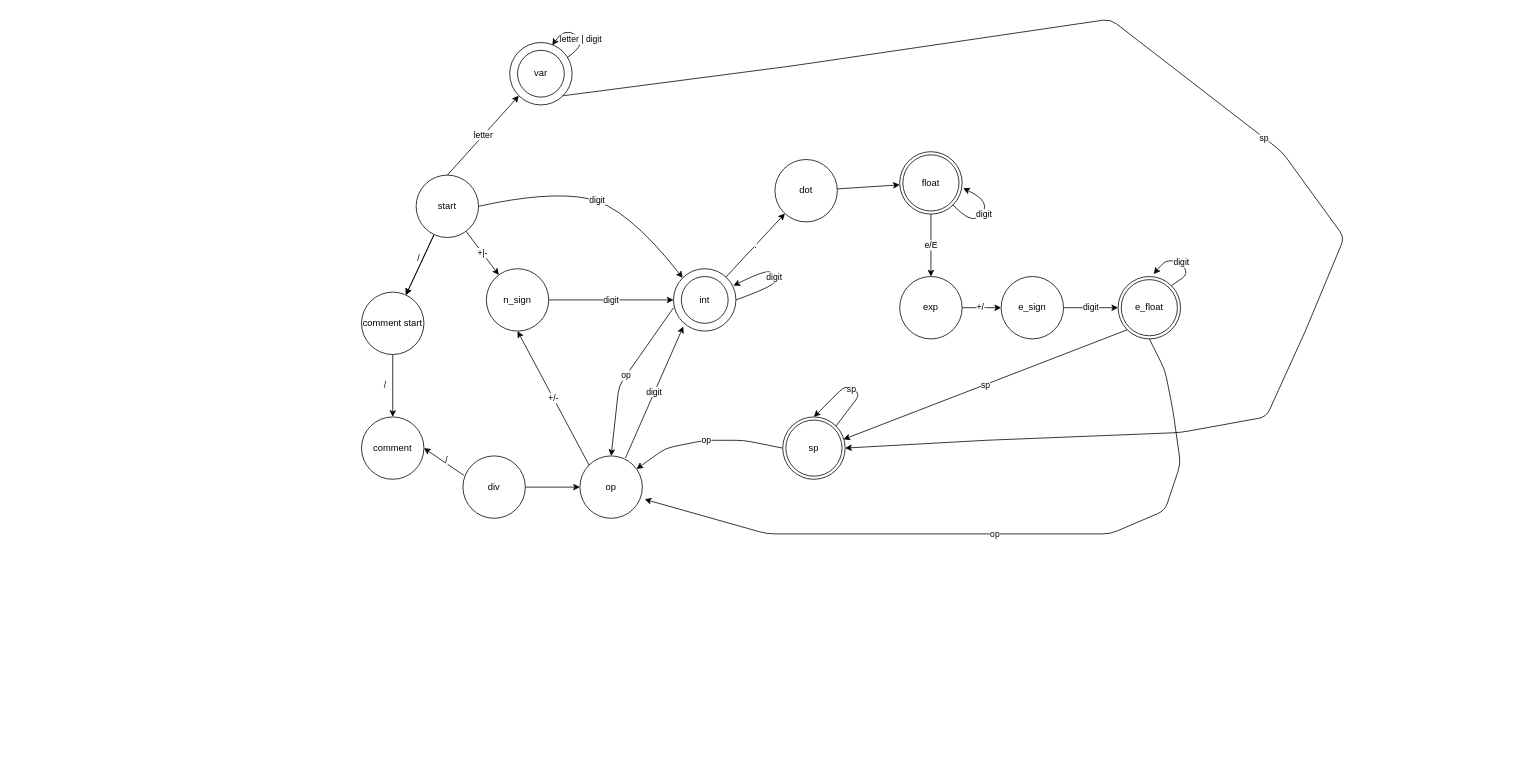
Above: actividad_dfa/ejercicio.drawio in Chava27/TC2037_Implementacion_Metodos_Computacionales (draw.io), before the change. Source tidied: cells renumbered, new cells numbered last; positions are measured from the earlier drawing's top-left corner, leaving out a move shared by most shapes. Both pictures are drawn from the tidied source at 78%, with x=0, y=0 at pixel (361, 19).
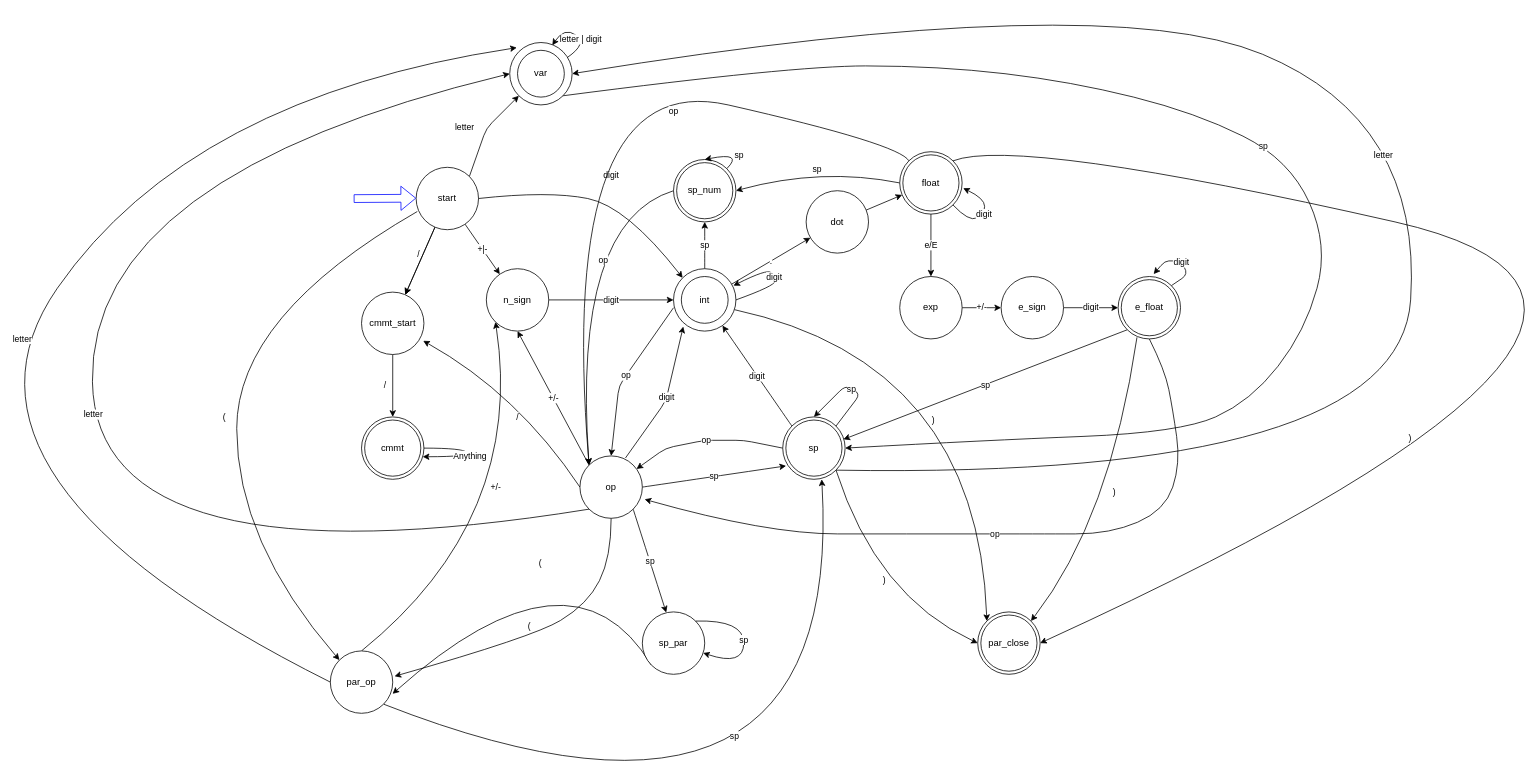
Above is the later version.

The change refers to these unchanged cells:
```xml
<mxCell id="8" style="ellipse;whiteSpace=wrap;html=1;" parent="1" vertex="1">
  <mxGeometry x="190" y="30" width="80" height="80" as="geometry" />
</mxCell>
<mxCell id="11" style="ellipse;whiteSpace=wrap;html=1;" parent="1" vertex="1">
  <mxGeometry x="400" y="320" width="80" height="80" as="geometry" />
</mxCell>
<mxCell id="26" value="op" style="ellipse;whiteSpace=wrap;html=1;" parent="1" vertex="1">
  <mxGeometry x="280" y="560" width="80" height="80" as="geometry" />
</mxCell>
<mxCell id="33" value="n_sign" style="ellipse;whiteSpace=wrap;html=1;" parent="1" vertex="1">
  <mxGeometry x="160" y="320" width="80" height="80" as="geometry" />
</mxCell>
<mxCell id="35" value="sp" style="ellipse;shape=doubleEllipse;whiteSpace=wrap;html=1;" parent="1" vertex="1">
  <mxGeometry x="540" y="510" width="80" height="80" as="geometry" />
</mxCell>
<mxCell id="38" value="float" style="ellipse;shape=doubleEllipse;whiteSpace=wrap;html=1;" parent="1" vertex="1">
  <mxGeometry x="690" y="170" width="80" height="80" as="geometry" />
</mxCell>
<mxCell id="45" value="e_float" style="ellipse;shape=doubleEllipse;whiteSpace=wrap;html=1;" parent="1" vertex="1">
  <mxGeometry x="970" y="330" width="80" height="80" as="geometry" />
</mxCell>
```

The edit, as a diff of the source:
```diff
@@
-    <mxCell id="3" value="letter" style="edgeStyle=none;html=1;exitX=0.5;exitY=0;exitDx=0;exitDy=0;entryX=0;entryY=1;entryDx=0;entryDy=0;" parent="1" edge="1" source="6" target="8">
-      <mxGeometry relative="1" as="geometry" />
+    <mxCell id="3" value="letter" style="edgeStyle=none;html=1;exitX=1;exitY=0;exitDx=0;exitDy=0;entryX=0;entryY=1;entryDx=0;entryDy=0;strokeColor=default;" parent="1" edge="1" source="6" target="8">
+      <mxGeometry x="-0.1" y="26" relative="1" as="geometry">
+        <Array as="points">
+          <mxPoint x="160" y="140" />
+        </Array>
+        <mxPoint y="-1" as="offset" />
+      </mxGeometry>
     </mxCell>
@@
     <mxCell id="6" value="start" style="ellipse;whiteSpace=wrap;html=1;" parent="1" vertex="1">
-      <mxGeometry x="70" y="200" width="80" height="80" as="geometry" />
+      <mxGeometry x="70" y="190" width="80" height="80" as="geometry" />
     </mxCell>
-    <mxCell id="7" value="sp" style="edgeStyle=none;html=1;exitX=1;exitY=1;exitDx=0;exitDy=0;entryX=1;entryY=0.5;entryDx=0;entryDy=0;" parent="1" edge="1" source="8" target="35">
+    <mxCell id="7" value="sp" style="edgeStyle=none;html=1;exitX=1;exitY=1;exitDx=0;exitDy=0;entryX=1;entryY=0.5;entryDx=0;entryDy=0;curved=1;" parent="1" edge="1" source="8" target="35">
       <mxGeometry relative="1" as="geometry">
         <Array as="points">
           <mxPoint x="552" y="60" />
-          <mxPoint x="960" />
-          <mxPoint x="1180" y="170" />
-          <mxPoint x="1260" y="280" />
+          <mxPoint x="740" y="60" />
+          <mxPoint x="910" y="80" />
+          <mxPoint x="1070" y="120" />
+          <mxPoint x="1190" y="180" />
+          <mxPoint x="1240" y="290" />
           <mxPoint x="1210" y="400" />
-          <mxPoint x="1160" y="510" />
+          <mxPoint x="1140" y="490" />
           <mxPoint x="1050" y="530" />
           <mxPoint x="800" y="540" />
         </Array>
       </mxGeometry>
     </mxCell>
@@
+    <mxCell id="47" style="edgeStyle=none;curved=1;html=1;exitX=0.976;exitY=0.656;exitDx=0;exitDy=0;entryX=0;entryY=0;entryDx=0;entryDy=0;exitPerimeter=0;" parent="1" edge="1" source="11" target="71">
+      <mxGeometry relative="1" as="geometry">
+        <Array as="points">
+          <mxPoint x="790" y="440" />
+        </Array>
+      </mxGeometry>
+    </mxCell>
+    <mxCell id="48" value=")" style="edgeLabel;html=1;align=center;verticalAlign=middle;" parent="47" vertex="1">
+      <mxGeometry x="0.19" y="-71" relative="1" as="geometry">
+        <mxPoint x="11" y="3" as="offset" />
+      </mxGeometry>
+    </mxCell>
+    <mxCell id="49" value="sp" style="edgeStyle=none;curved=1;html=1;exitX=0.5;exitY=0;exitDx=0;exitDy=0;entryX=0.5;entryY=1;entryDx=0;entryDy=0;strokeColor=default;" parent="1" edge="1" source="11" target="73">
+      <mxGeometry relative="1" as="geometry" />
+    </mxCell>
@@
-    <mxCell id="18" value="/" style="edgeStyle=none;html=1;" parent="1" edge="1" source="19" target="20">
+    <mxCell id="18" value="/" style="edgeStyle=none;html=1;entryX=0.5;entryY=0;entryDx=0;entryDy=0;" parent="1" edge="1" source="19" target="66">
       <mxGeometry y="-10" relative="1" as="geometry" />
     </mxCell>
+    <mxCell id="50" value="(" style="edgeStyle=none;html=1;exitX=0.019;exitY=0.708;exitDx=0;exitDy=0;entryX=0;entryY=0;entryDx=0;entryDy=0;curved=1;exitPerimeter=0;" parent="1" edge="1" source="6" target="65">
+      <mxGeometry x="0.05" y="-16" relative="1" as="geometry">
+        <Array as="points">
+          <mxPoint x="-160" y="380" />
+          <mxPoint x="-160" y="670" />
+        </Array>
+      </mxGeometry>
+    </mxCell>
-    <mxCell id="19" value="comment start" style="ellipse;whiteSpace=wrap;html=1;" parent="1" vertex="1">
+    <mxCell id="19" value="cmmt_start" style="ellipse;whiteSpace=wrap;html=1;" parent="1" vertex="1">
       <mxGeometry y="350" width="80" height="80" as="geometry" />
     </mxCell>
-    <mxCell id="20" value="comment" style="ellipse;whiteSpace=wrap;html=1;" parent="1" vertex="1">
-      <mxGeometry y="510" width="80" height="80" as="geometry" />
-    </mxCell>
-    <mxCell id="21" value="/" style="edgeStyle=none;html=1;exitX=0.017;exitY=0.313;exitDx=0;exitDy=0;entryX=1;entryY=0.5;entryDx=0;entryDy=0;exitPerimeter=0;" parent="1" edge="1" source="23" target="20">
-      <mxGeometry x="-0.05" y="-4" relative="1" as="geometry" />
-    </mxCell>
-    <mxCell id="22" style="edgeStyle=none;html=1;" parent="1" edge="1" source="23" target="26">
-      <mxGeometry relative="1" as="geometry" />
-    </mxCell>
-    <mxCell id="23" value="div" style="ellipse;whiteSpace=wrap;html=1;" parent="1" vertex="1">
-      <mxGeometry x="130" y="560" width="80" height="80" as="geometry" />
-    </mxCell>
     <mxCell id="24" value="digit" style="edgeStyle=none;html=1;exitX=0.73;exitY=0.033;exitDx=0;exitDy=0;exitPerimeter=0;entryX=0.156;entryY=0.927;entryDx=0;entryDy=0;entryPerimeter=0;" parent="1" edge="1" source="26" target="11">
-      <mxGeometry relative="1" as="geometry" />
+      <mxGeometry relative="1" as="geometry">
+        <Array as="points">
+          <mxPoint x="390" y="490" />
+        </Array>
+      </mxGeometry>
     </mxCell>
@@
+    <mxCell id="51" value="(" style="edgeStyle=none;html=1;exitX=0.5;exitY=1;exitDx=0;exitDy=0;entryX=1.029;entryY=0.406;entryDx=0;entryDy=0;curved=1;entryPerimeter=0;" parent="1" edge="1" source="26" target="65">
+      <mxGeometry x="0.02" y="-15" relative="1" as="geometry">
+        <Array as="points">
+          <mxPoint x="320" y="690" />
+          <mxPoint x="290" y="750" />
+          <mxPoint x="220" y="792" />
+        </Array>
+      </mxGeometry>
+    </mxCell>
+    <mxCell id="21" value="/" style="edgeStyle=none;curved=1;html=1;exitX=0;exitY=0.5;exitDx=0;exitDy=0;entryX=0.988;entryY=0.781;entryDx=0;entryDy=0;strokeColor=default;entryPerimeter=0;" parent="1" edge="1" source="26" target="19">
+      <mxGeometry x="-0.16" y="17" relative="1" as="geometry">
+        <Array as="points">
+          <mxPoint x="200" y="480" />
+        </Array>
+      </mxGeometry>
+    </mxCell>
+    <mxCell id="52" value="sp" style="edgeStyle=none;curved=1;html=1;exitX=1;exitY=0.5;exitDx=0;exitDy=0;entryX=0.054;entryY=0.785;entryDx=0;entryDy=0;entryPerimeter=0;" parent="1" edge="1" source="26" target="35">
+      <mxGeometry relative="1" as="geometry" />
+    </mxCell>
+    <mxCell id="53" value="letter" style="edgeStyle=none;html=1;exitX=0;exitY=1;exitDx=0;exitDy=0;entryX=0;entryY=0.5;entryDx=0;entryDy=0;curved=1;" parent="1" edge="1" source="26" target="8">
+      <mxGeometry relative="1" as="geometry">
+        <Array as="points">
+          <mxPoint x="-340" y="730" />
+          <mxPoint x="-350" y="200" />
+        </Array>
+      </mxGeometry>
+    </mxCell>
+    <mxCell id="54" value="sp" style="edgeStyle=none;curved=1;html=1;exitX=1;exitY=1;exitDx=0;exitDy=0;entryX=0.383;entryY=0.01;entryDx=0;entryDy=0;entryPerimeter=0;" parent="1" edge="1" source="26" target="69">
+      <mxGeometry relative="1" as="geometry" />
+    </mxCell>
@@
     <mxCell id="28" value="dot" style="ellipse;whiteSpace=wrap;html=1;" parent="1" vertex="1">
-      <mxGeometry x="530" y="180" width="80" height="80" as="geometry" />
+      <mxGeometry x="570" y="220" width="80" height="80" as="geometry" />
     </mxCell>
@@
     <mxCell id="31" value="digit" style="curved=1;endArrow=classic;html=1;exitX=1;exitY=0.5;exitDx=0;exitDy=0;entryX=0;entryY=0;entryDx=0;entryDy=0;" parent="1" edge="1" source="6" target="11">
-      <mxGeometry relative="1" as="geometry">
+      <mxGeometry x="0.07" y="35" relative="1" as="geometry">
         <Array as="points">
           <mxPoint x="240" y="220" />
           <mxPoint x="340" y="240" />
         </Array>
       </mxGeometry>
     </mxCell>
@@
+    <mxCell id="55" value="digit" style="edgeStyle=none;curved=1;html=1;exitX=0;exitY=0;exitDx=0;exitDy=0;" parent="1" edge="1" source="35" target="11">
+      <mxGeometry relative="1" as="geometry" />
+    </mxCell>
+    <mxCell id="56" value="letter" style="edgeStyle=none;html=1;exitX=1;exitY=1;exitDx=0;exitDy=0;entryX=1;entryY=0.5;entryDx=0;entryDy=0;curved=1;" parent="1" edge="1" source="35" target="8">
+      <mxGeometry x="-0.02" y="47" relative="1" as="geometry">
+        <Array as="points">
+          <mxPoint x="1330" y="590" />
+          <mxPoint x="1360" y="130" />
+          <mxPoint x="950" y="-40" />
+        </Array>
+      </mxGeometry>
+    </mxCell>
+    <mxCell id="57" value=")" style="edgeStyle=none;curved=1;html=1;exitX=1;exitY=1;exitDx=0;exitDy=0;entryX=0;entryY=0.5;entryDx=0;entryDy=0;strokeColor=default;" parent="1" edge="1" source="35" target="71">
+      <mxGeometry x="-0.02" y="16" relative="1" as="geometry">
+        <Array as="points">
+          <mxPoint x="660" y="740" />
+        </Array>
+      </mxGeometry>
+    </mxCell>
@@
+    <mxCell id="58" value=")" style="edgeStyle=none;curved=1;html=1;exitX=1;exitY=0;exitDx=0;exitDy=0;entryX=1;entryY=0.5;entryDx=0;entryDy=0;strokeColor=default;" parent="1" edge="1" source="38" target="71">
+      <mxGeometry x="0.49" y="-41" relative="1" as="geometry">
+        <Array as="points">
+          <mxPoint x="840" y="150" />
+          <mxPoint x="1810" y="370" />
+        </Array>
+      </mxGeometry>
+    </mxCell>
+    <mxCell id="59" value="op" style="edgeStyle=none;curved=1;html=1;exitX=0;exitY=0;exitDx=0;exitDy=0;entryX=0;entryY=0;entryDx=0;entryDy=0;strokeColor=default;" parent="1" edge="1" source="38" target="26">
+      <mxGeometry x="-0.36" y="23" relative="1" as="geometry">
+        <Array as="points">
+          <mxPoint x="690" y="160" />
+          <mxPoint x="250" y="60" />
+        </Array>
+      </mxGeometry>
+    </mxCell>
+    <mxCell id="60" value="sp" style="edgeStyle=none;curved=1;html=1;exitX=0;exitY=0.5;exitDx=0;exitDy=0;entryX=1;entryY=0.5;entryDx=0;entryDy=0;strokeColor=default;" parent="1" edge="1" source="38" target="73">
+      <mxGeometry relative="1" as="geometry">
+        <Array as="points">
+          <mxPoint x="590" y="190" />
+        </Array>
+      </mxGeometry>
+    </mxCell>
@@
-    <mxCell id="44" value="op" style="edgeStyle=none;html=1;exitX=0.5;exitY=1;exitDx=0;exitDy=0;entryX=1.037;entryY=0.696;entryDx=0;entryDy=0;entryPerimeter=0;" parent="1" edge="1" source="45" target="26">
+    <mxCell id="44" value="op" style="edgeStyle=none;html=1;exitX=0.5;exitY=1;exitDx=0;exitDy=0;entryX=1.037;entryY=0.696;entryDx=0;entryDy=0;entryPerimeter=0;curved=1;" parent="1" edge="1" source="45" target="26">
       <mxGeometry relative="1" as="geometry">
         <Array as="points">
           <mxPoint x="1030" y="450" />
           <mxPoint x="1040" y="500" />
           <mxPoint x="1050" y="570" />
           <mxPoint x="1030" y="630" />
           <mxPoint x="960" y="660" />
           <mxPoint x="870" y="660" />
           <mxPoint x="700" y="660" />
           <mxPoint x="520" y="660" />
         </Array>
       </mxGeometry>
     </mxCell>
+    <mxCell id="61" value=")" style="edgeStyle=none;curved=1;html=1;exitX=0.302;exitY=0.975;exitDx=0;exitDy=0;entryX=1;entryY=0;entryDx=0;entryDy=0;exitPerimeter=0;" parent="1" edge="1" source="45" target="71">
+      <mxGeometry relative="1" as="geometry">
+        <Array as="points">
+          <mxPoint x="960" y="640" />
+        </Array>
+      </mxGeometry>
+    </mxCell>
@@
+    <mxCell id="62" value="+/-" style="edgeStyle=none;curved=1;html=1;exitX=0.5;exitY=0;exitDx=0;exitDy=0;entryX=0;entryY=1;entryDx=0;entryDy=0;strokeColor=default;" parent="1" edge="1" source="65" target="33">
+      <mxGeometry x="0.2" y="32" relative="1" as="geometry">
+        <Array as="points">
+          <mxPoint x="210" y="640" />
+        </Array>
+        <mxPoint y="-1" as="offset" />
+      </mxGeometry>
+    </mxCell>
+    <mxCell id="63" value="sp" style="edgeStyle=none;curved=1;html=1;exitX=1;exitY=1;exitDx=0;exitDy=0;" parent="1" edge="1" source="65">
+      <mxGeometry x="-0.25" y="126" relative="1" as="geometry">
+        <mxPoint x="590" y="590" as="targetPoint" />
+        <Array as="points">
+          <mxPoint x="620" y="1110" />
+        </Array>
+      </mxGeometry>
+    </mxCell>
+    <mxCell id="64" value="letter" style="edgeStyle=none;html=1;exitX=0;exitY=0.5;exitDx=0;exitDy=0;entryX=0.113;entryY=0.083;entryDx=0;entryDy=0;entryPerimeter=0;curved=1;" parent="1" edge="1" source="65" target="8">
+      <mxGeometry relative="1" as="geometry">
+        <Array as="points">
+          <mxPoint x="-560" y="590" />
+          <mxPoint x="-220" y="100" />
+        </Array>
+      </mxGeometry>
+    </mxCell>
+    <mxCell id="65" value="par_op" style="ellipse;whiteSpace=wrap;html=1;" parent="1" vertex="1">
+      <mxGeometry x="-40" y="810" width="80" height="80" as="geometry" />
+    </mxCell>
+    <mxCell id="66" value="cmmt" style="ellipse;shape=doubleEllipse;whiteSpace=wrap;html=1;" parent="1" vertex="1">
+      <mxGeometry y="510" width="80" height="80" as="geometry" />
+    </mxCell>
+    <mxCell id="67" value="Anything" style="edgeStyle=none;curved=1;html=1;exitX=1;exitY=0.5;exitDx=0;exitDy=0;entryX=0.98;entryY=0.638;entryDx=0;entryDy=0;entryPerimeter=0;" parent="1" edge="1" source="66" target="66">
+      <mxGeometry relative="1" as="geometry">
+        <Array as="points">
+          <mxPoint x="130" y="550" />
+          <mxPoint x="140" y="561" />
+        </Array>
+      </mxGeometry>
+    </mxCell>
+    <mxCell id="68" value="(" style="edgeStyle=none;curved=1;html=1;exitX=0;exitY=1;exitDx=0;exitDy=0;entryX=0.998;entryY=0.688;entryDx=0;entryDy=0;entryPerimeter=0;" parent="1" edge="1" source="69" target="65">
+      <mxGeometry relative="1" as="geometry">
+        <Array as="points">
+          <mxPoint x="270" y="660" />
+        </Array>
+      </mxGeometry>
+    </mxCell>
+    <mxCell id="69" value="sp_par" style="ellipse;whiteSpace=wrap;html=1;" parent="1" vertex="1">
+      <mxGeometry x="360" y="760" width="80" height="80" as="geometry" />
+    </mxCell>
+    <mxCell id="70" value="sp" style="edgeStyle=none;curved=1;html=1;exitX=1;exitY=0;exitDx=0;exitDy=0;" parent="1" edge="1" source="69" target="69">
+      <mxGeometry relative="1" as="geometry">
+        <Array as="points">
+          <mxPoint x="490" y="770" />
+        </Array>
+      </mxGeometry>
+    </mxCell>
+    <mxCell id="71" value="par_close" style="ellipse;shape=doubleEllipse;whiteSpace=wrap;html=1;" parent="1" vertex="1">
+      <mxGeometry x="790" y="760" width="80" height="80" as="geometry" />
+    </mxCell>
+    <mxCell id="72" value="op" style="edgeStyle=none;curved=1;html=1;exitX=0;exitY=0.5;exitDx=0;exitDy=0;entryX=0;entryY=0;entryDx=0;entryDy=0;strokeColor=default;" parent="1" edge="1" source="73" target="26">
+      <mxGeometry x="-0.16" y="36" relative="1" as="geometry">
+        <Array as="points">
+          <mxPoint x="270" y="260" />
+        </Array>
+      </mxGeometry>
+    </mxCell>
+    <mxCell id="73" value="sp_num" style="ellipse;shape=doubleEllipse;whiteSpace=wrap;html=1;" parent="1" vertex="1">
+      <mxGeometry x="400" y="180" width="80" height="80" as="geometry" />
+    </mxCell>
+    <mxCell id="74" value="sp" style="edgeStyle=none;curved=1;html=1;exitX=1;exitY=0;exitDx=0;exitDy=0;entryX=0.5;entryY=0;entryDx=0;entryDy=0;strokeColor=default;" parent="1" edge="1" source="73" target="73">
+      <mxGeometry x="-0.44" y="1" relative="1" as="geometry">
+        <Array as="points">
+          <mxPoint x="490" y="170" />
+        </Array>
+        <mxPoint y="-1" as="offset" />
+      </mxGeometry>
+    </mxCell>
+    <mxCell id="75" style="edgeStyle=none;html=1;entryX=0;entryY=0.5;entryDx=0;entryDy=0;strokeColor=#0008FF;shape=flexArrow;" parent="1" edge="1">
+      <mxGeometry relative="1" as="geometry">
+        <mxPoint x="-10" y="230.1" as="sourcePoint" />
+        <mxPoint x="70" y="229.6" as="targetPoint" />
+      </mxGeometry>
+    </mxCell>
```
